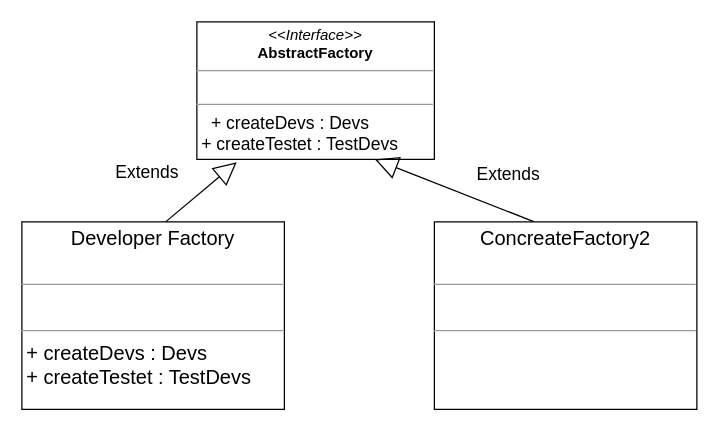
This is creational/abstract-factory/abs-factory.drawio from MaksShadows/Patterns, a draw.io file, before an edit. Source tidied: cells renumbered, new cells numbered last; positions are measured from the earlier drawing's top-left corner, leaving out a move shared by most shapes. Both pictures are drawn from the tidied source at 125%, with x=0, y=0 at pixel (21, 21).
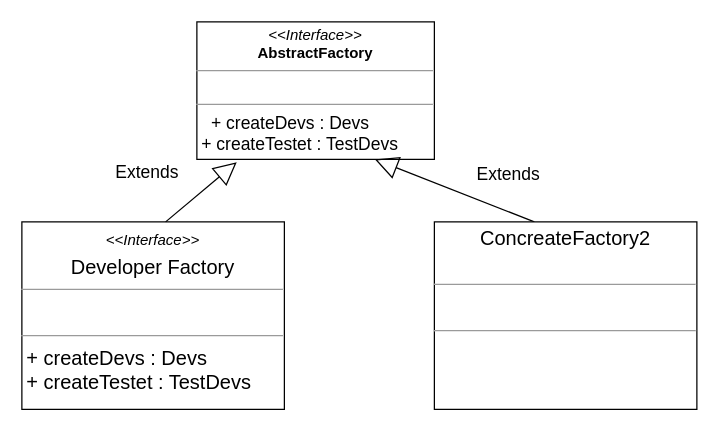
The same diagram, later.

Diff of the diagram source:
```diff
@@
 <mxGraphModel>
   <root>
     <mxCell id="0" />
     <mxCell id="1" parent="0" />
     <mxCell id="2" value="&lt;p style=&quot;margin: 0px ; margin-top: 4px ; text-align: center&quot;&gt;&lt;i&gt;&amp;lt;&amp;lt;Interface&amp;gt;&amp;gt;&lt;/i&gt;&lt;br&gt;&lt;b&gt;AbstractFactory&lt;/b&gt;&lt;/p&gt;&lt;hr size=&quot;1&quot;&gt;&lt;p style=&quot;margin: 0px ; margin-left: 4px&quot;&gt;&lt;br&gt;&lt;/p&gt;&lt;hr size=&quot;1&quot;&gt;&lt;p style=&quot;text-align: justify ; margin: 0px 0px 0px 4px&quot;&gt;&lt;font style=&quot;font-size: 14px&quot;&gt;&amp;nbsp; + createDevs : Devs&lt;/font&gt;&lt;/p&gt;&lt;p style=&quot;text-align: justify ; margin: 0px 0px 0px 4px&quot;&gt;&lt;font style=&quot;font-size: 14px&quot;&gt;+ createTestet : TestDevs&lt;/font&gt;&lt;/p&gt;" style="verticalAlign=top;align=left;overflow=fill;fontSize=12;fontFamily=Helvetica;html=1;" parent="1" vertex="1">
       <mxGeometry x="140" width="190" height="110" as="geometry" />
     </mxCell>
-    <mxCell id="3" value="&lt;p style=&quot;text-align: center ; margin: 4px 0px 0px ; font-size: 16px&quot;&gt;&lt;font style=&quot;font-size: 16px&quot;&gt;&lt;span style=&quot;text-align: justify&quot;&gt;Developer Factory&lt;/span&gt;&lt;br&gt;&lt;/font&gt;&lt;/p&gt;&lt;div style=&quot;font-size: 16px&quot;&gt;&lt;span style=&quot;text-align: justify&quot;&gt;&lt;font style=&quot;font-size: 16px&quot;&gt;&lt;br&gt;&lt;/font&gt;&lt;/span&gt;&lt;/div&gt;&lt;hr size=&quot;1&quot; style=&quot;text-align: justify ; font-size: 16px&quot;&gt;&lt;p style=&quot;text-align: justify ; margin: 0px 0px 0px 4px ; font-size: 16px&quot;&gt;&lt;font style=&quot;font-size: 16px&quot;&gt;&lt;br&gt;&lt;/font&gt;&lt;/p&gt;&lt;hr size=&quot;1&quot; style=&quot;text-align: justify ; font-size: 16px&quot;&gt;&lt;p style=&quot;text-align: justify ; margin: 0px 0px 0px 4px ; font-size: 16px&quot;&gt;&lt;font style=&quot;font-size: 16px&quot;&gt;+ createDevs : Devs&lt;/font&gt;&lt;/p&gt;&lt;p style=&quot;text-align: justify ; margin: 0px 0px 0px 4px ; font-size: 16px&quot;&gt;&lt;font style=&quot;font-size: 16px&quot;&gt;+ createTestet : TestDevs&lt;br&gt;&lt;/font&gt;&lt;/p&gt;&lt;div style=&quot;font-size: 16px&quot;&gt;&lt;font style=&quot;font-size: 16px&quot;&gt;&lt;br&gt;&lt;/font&gt;&lt;/div&gt;&lt;div style=&quot;font-size: 16px&quot;&gt;&lt;span&gt;&lt;br&gt;&lt;/span&gt;&lt;/div&gt;" style="verticalAlign=top;align=left;overflow=fill;fontSize=12;fontFamily=Helvetica;html=1;" parent="1" vertex="1">
+    <mxCell id="3" value="&lt;p style=&quot;text-align: center ; margin: 4px 0px 0px ; font-size: 16px&quot;&gt;&lt;font style=&quot;font-size: 16px&quot;&gt;&lt;i style=&quot;font-size: 12px&quot;&gt;&amp;lt;&amp;lt;Interface&amp;gt;&amp;gt;&lt;/i&gt;&lt;br style=&quot;font-size: 12px&quot;&gt;&lt;/font&gt;&lt;/p&gt;&lt;p style=&quot;text-align: center ; margin: 4px 0px 0px ; font-size: 16px&quot;&gt;&lt;font style=&quot;font-size: 16px&quot;&gt;&lt;span style=&quot;text-align: justify&quot;&gt;Developer Factory&lt;/span&gt;&lt;/font&gt;&lt;/p&gt;&lt;hr size=&quot;1&quot; style=&quot;text-align: justify ; font-size: 16px&quot;&gt;&lt;p style=&quot;text-align: justify ; margin: 0px 0px 0px 4px ; font-size: 16px&quot;&gt;&lt;font style=&quot;font-size: 16px&quot;&gt;&lt;br&gt;&lt;/font&gt;&lt;/p&gt;&lt;hr size=&quot;1&quot; style=&quot;text-align: justify ; font-size: 16px&quot;&gt;&lt;p style=&quot;text-align: justify ; margin: 0px 0px 0px 4px ; font-size: 16px&quot;&gt;&lt;font style=&quot;font-size: 16px&quot;&gt;+ createDevs : Devs&lt;/font&gt;&lt;/p&gt;&lt;p style=&quot;text-align: justify ; margin: 0px 0px 0px 4px ; font-size: 16px&quot;&gt;&lt;font style=&quot;font-size: 16px&quot;&gt;+ createTestet : TestDevs&lt;br&gt;&lt;/font&gt;&lt;/p&gt;&lt;div style=&quot;font-size: 16px&quot;&gt;&lt;font style=&quot;font-size: 16px&quot;&gt;&lt;br&gt;&lt;/font&gt;&lt;/div&gt;&lt;div style=&quot;font-size: 16px&quot;&gt;&lt;span&gt;&lt;br&gt;&lt;/span&gt;&lt;/div&gt;" style="verticalAlign=top;align=left;overflow=fill;fontSize=12;fontFamily=Helvetica;html=1;" parent="1" vertex="1">
       <mxGeometry y="160" width="210" height="150" as="geometry" />
     </mxCell>
     <mxCell id="4" value="Extends" style="endArrow=block;endSize=16;endFill=0;html=1;fontSize=14;entryX=0.168;entryY=1.02;entryDx=0;entryDy=0;entryPerimeter=0;exitX=0.75;exitY=0;exitDx=0;exitDy=0;" parent="1" edge="1" target="2">
       <mxGeometry x="-0.62" y="40" relative="1" as="geometry">
         <mxPoint x="115" y="160" as="sourcePoint" />
       </mxGeometry>
     </mxCell>
     <mxCell id="5" value="Extends" style="endArrow=block;endSize=16;endFill=0;html=1;fontSize=14;entryX=0.75;entryY=1;entryDx=0;entryDy=0;" parent="1" edge="1" target="2">
       <mxGeometry x="-0.5" y="-28" relative="1" as="geometry">
         <mxPoint x="410" y="160" as="sourcePoint" />
       </mxGeometry>
     </mxCell>
     <mxCell id="6" value="&lt;p style=&quot;text-align: center ; margin: 4px 0px 0px ; font-size: 16px&quot;&gt;&lt;font style=&quot;font-size: 16px&quot;&gt;&lt;span style=&quot;text-align: justify&quot;&gt;ConcreateFactory2&lt;/span&gt;&lt;br&gt;&lt;/font&gt;&lt;/p&gt;&lt;div style=&quot;font-size: 16px&quot;&gt;&lt;br&gt;&lt;/div&gt;&lt;hr size=&quot;1&quot; style=&quot;text-align: justify ; font-size: 16px&quot;&gt;&lt;p style=&quot;text-align: justify ; margin: 0px 0px 0px 4px ; font-size: 16px&quot;&gt;&lt;font style=&quot;font-size: 16px&quot;&gt;&lt;br&gt;&lt;/font&gt;&lt;/p&gt;&lt;hr size=&quot;1&quot; style=&quot;text-align: justify ; font-size: 16px&quot;&gt;&lt;p style=&quot;text-align: justify ; margin: 0px 0px 0px 4px ; font-size: 16px&quot;&gt;&lt;br&gt;&lt;/p&gt;&lt;div style=&quot;font-size: 16px&quot;&gt;&lt;span&gt;&lt;br&gt;&lt;/span&gt;&lt;/div&gt;" style="verticalAlign=top;align=left;overflow=fill;fontSize=12;fontFamily=Helvetica;html=1;" parent="1" vertex="1">
       <mxGeometry x="330" y="160" width="210" height="150" as="geometry" />
     </mxCell>
   </root>
 </mxGraphModel>
```
